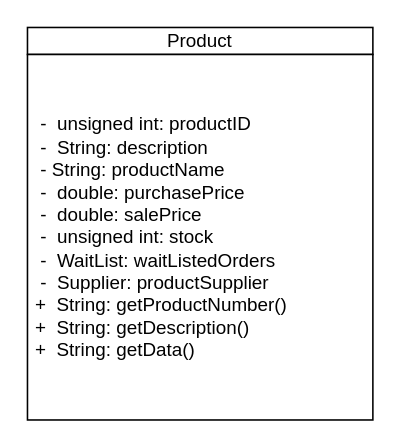
The draw.io diagram Project_1/Class_Diagrams/Product Class Diagram.drawio in chrismd2/CSci-430-Group-11, before the edit. Source tidied: cells renumbered, new cells numbered last; positions are measured from the earlier drawing's top-left corner, leaving out a move shared by most shapes. Both pictures are drawn from the tidied source at 157%, with x=0, y=0 at pixel (27, 27).
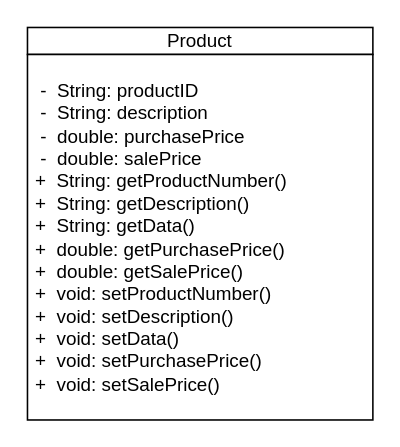
After the change.

The edit, as a diff of the source:
```diff
@@
 <mxGraphModel>
   <root>
     <mxCell id="0" />
     <mxCell id="1" parent="0" />
     <mxCell id="2" value="-" style="group;" parent="1" vertex="1">
       <mxGeometry width="220" height="250" as="geometry" />
     </mxCell>
     <mxCell id="3" value="Product" style="text;html=1;align=center;verticalAlign=middle;whiteSpace=wrap;rounded=0;strokeColor=#000000;fillColor=#ffffff;" parent="2" vertex="1">
       <mxGeometry width="220" height="17.2" as="geometry" />
     </mxCell>
-    <mxCell id="4" value="&amp;nbsp; -&amp;nbsp; unsigned int: productID&lt;br&gt;&lt;div&gt;&amp;nbsp; -&amp;nbsp; String: description&lt;/div&gt;&amp;nbsp; - String: productName&lt;br&gt;&amp;nbsp; -&amp;nbsp; double: purchasePrice&lt;br&gt;&lt;div&gt;&amp;nbsp; -&amp;nbsp; double: salePrice&lt;/div&gt;&lt;div&gt;&amp;nbsp; -&amp;nbsp; unsigned int: stock&lt;/div&gt;&lt;div&gt;&amp;nbsp; -&amp;nbsp; WaitList: waitListedOrders&lt;/div&gt;&lt;div&gt;&amp;nbsp; -&amp;nbsp; Supplier: productSupplier&lt;br&gt;&lt;/div&gt;&amp;nbsp;+&amp;nbsp; String: getProductNumber()&lt;br&gt;&amp;nbsp;+&amp;nbsp; String: getDescription()&lt;br&gt;&amp;nbsp;+&amp;nbsp; String: getData()" style="text;html=1;align=left;verticalAlign=middle;whiteSpace=wrap;rounded=0;strokeColor=#000000;fillColor=#ffffff;" parent="2" vertex="1">
+    <mxCell id="4" value="&amp;nbsp; -&amp;nbsp; String: productID&lt;br&gt;&amp;nbsp; -&amp;nbsp; String: description&lt;br&gt;&amp;nbsp; -&amp;nbsp; double: purchasePrice&lt;br&gt;&amp;nbsp; -&amp;nbsp; double: salePrice&lt;br&gt;&amp;nbsp;+&amp;nbsp; String: getProductNumber()&lt;br&gt;&amp;nbsp;+&amp;nbsp; String: getDescription()&lt;br&gt;&amp;nbsp;+&amp;nbsp; String: getData()&lt;br&gt;&amp;nbsp;+&amp;nbsp; double: getPurchasePrice()&lt;br&gt;&amp;nbsp;+&amp;nbsp; double: getSalePrice()&lt;br&gt;&amp;nbsp;+&amp;nbsp; void: setProductNumber()&lt;br&gt;&amp;nbsp;+&amp;nbsp; void: setDescription()&lt;br&gt;&amp;nbsp;+&amp;nbsp; void: setData()&lt;br&gt;&amp;nbsp;+&amp;nbsp; void: setPurchasePrice()&lt;br&gt;&amp;nbsp;+&amp;nbsp; void: setSalePrice()" style="text;html=1;align=left;verticalAlign=middle;whiteSpace=wrap;rounded=0;strokeColor=#000000;fillColor=#ffffff;" parent="2" vertex="1">
       <mxGeometry y="17.2" width="220" height="232.8" as="geometry" />
     </mxCell>
   </root>
 </mxGraphModel>
```
